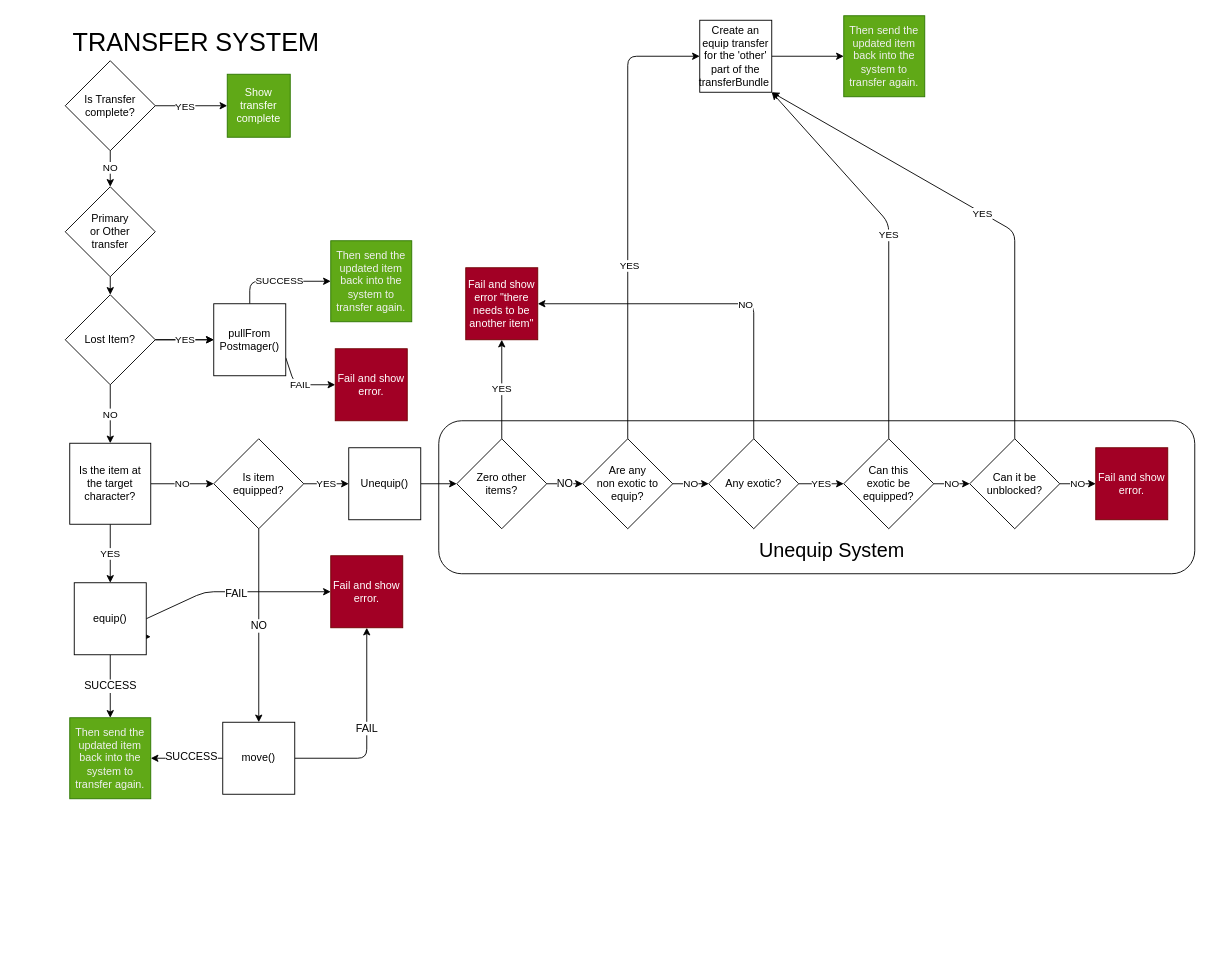
This is mono/docs/starlight/src/content/docs/transferSystem.dio from NigelBreslaw/guardian-ghost, a draw.io file, before an edit. Source tidied: cells renumbered, new cells numbered last; positions are measured from the earlier drawing's top-left corner, leaving out a move shared by most shapes. Both pictures are drawn from the tidied source at 90%, with x=0, y=0 at pixel (60, 15).
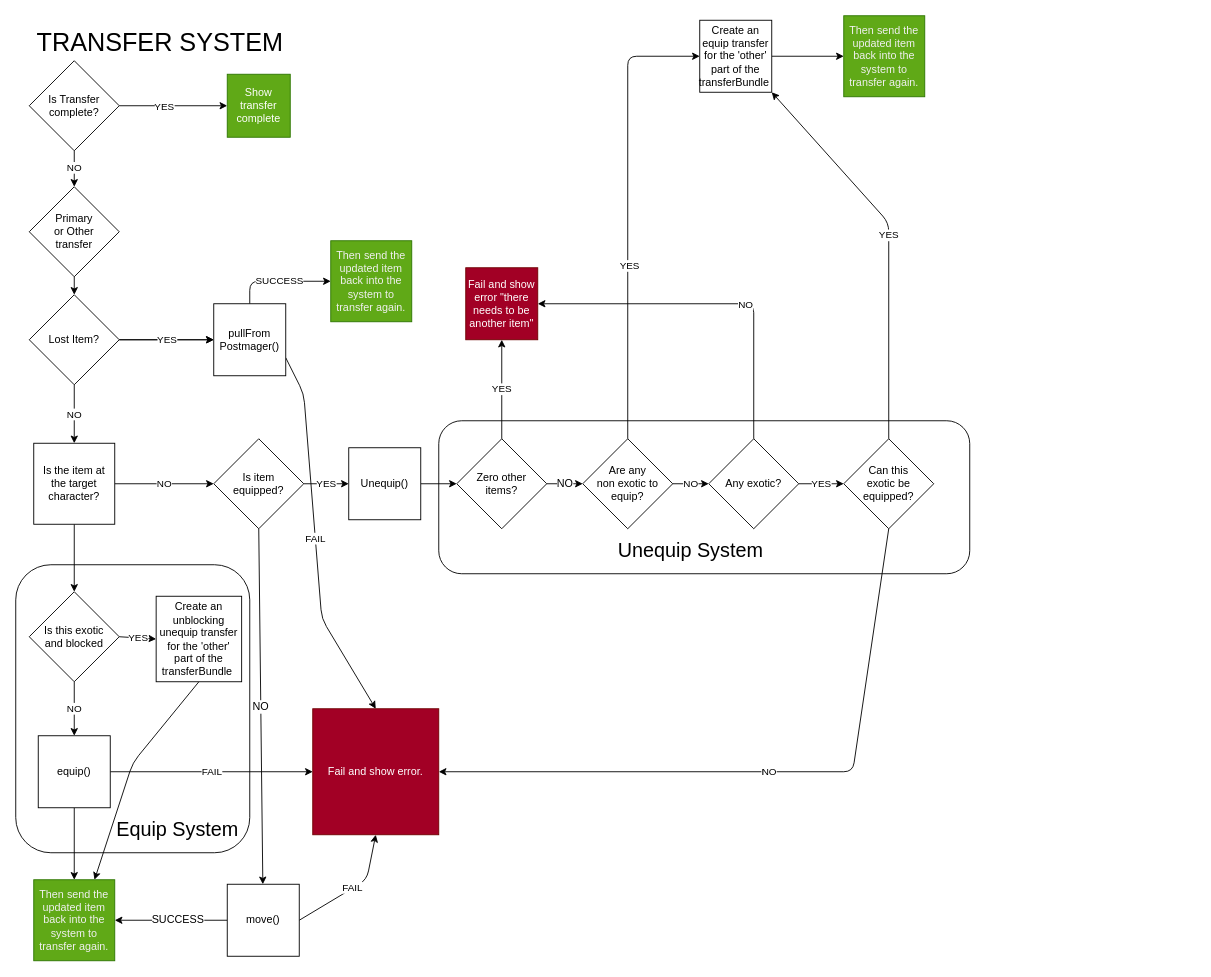
Above is the later version.

Commit message:
docs: latest transfer flow

The change refers to these unchanged cells:
```xml
<mxCell id="23" value="Create an equip transfer for the 'other' part of the transferBundle&amp;nbsp;" style="whiteSpace=wrap;html=1;" parent="1" vertex="1">
  <mxGeometry x="710" y="5" width="80" height="80" as="geometry" />
</mxCell>
<mxCell id="31" value="Can this &lt;br&gt;exotic be equipped?" style="rhombus;whiteSpace=wrap;html=1;" parent="1" vertex="1">
  <mxGeometry x="870" y="470" width="100" height="100" as="geometry" />
</mxCell>
<mxCell id="57" value="pullFrom&lt;br&gt;Postmager()" style="whiteSpace=wrap;html=1;" parent="1" vertex="1">
  <mxGeometry x="170" y="320" width="80" height="80" as="geometry" />
</mxCell>
```

The edit, as a diff of the source:
```diff
@@
+    <mxCell id="63" style="rounded=1;whiteSpace=wrap;html=1;" parent="1" vertex="1">
+      <mxGeometry x="-50" y="610" width="260" height="320" as="geometry" />
+    </mxCell>
     <mxCell id="2" style="rounded=1;whiteSpace=wrap;html=1;" parent="1" vertex="1">
-      <mxGeometry x="420" y="450" width="840" height="170" as="geometry" />
+      <mxGeometry x="420" y="450" width="590" height="170" as="geometry" />
     </mxCell>
@@
     <mxCell id="7" value="Is Transfer complete?" style="rhombus;whiteSpace=wrap;html=1;" parent="1" vertex="1">
-      <mxGeometry x="5" y="50" width="100" height="100" as="geometry" />
+      <mxGeometry x="-35" y="50" width="100" height="100" as="geometry" />
     </mxCell>
@@
-    <mxCell id="30" value="NO" style="edgeStyle=none;html=1;exitX=1;exitY=0.5;exitDx=0;exitDy=0;entryX=0;entryY=0.5;entryDx=0;entryDy=0;" parent="1" edge="1" source="31" target="34">
-      <mxGeometry relative="1" as="geometry" />
-    </mxCell>
+    <mxCell id="64" value="NO" style="edgeStyle=none;html=1;exitX=0.5;exitY=1;exitDx=0;exitDy=0;entryX=1;entryY=0.5;entryDx=0;entryDy=0;" parent="1" edge="1" source="31" target="50">
+      <mxGeometry relative="1" as="geometry">
+        <Array as="points">
+          <mxPoint x="880" y="840" />
+        </Array>
+      </mxGeometry>
+    </mxCell>
@@
-    <mxCell id="32" value="YES" style="edgeStyle=none;html=1;exitX=0.5;exitY=0;exitDx=0;exitDy=0;entryX=1;entryY=1;entryDx=0;entryDy=0;" parent="1" edge="1" source="34" target="23">
-      <mxGeometry relative="1" as="geometry">
-        <Array as="points">
-          <mxPoint x="1060" y="240" />
-        </Array>
-      </mxGeometry>
-    </mxCell>
-    <mxCell id="33" value="NO" style="edgeStyle=none;html=1;exitX=1;exitY=0.5;exitDx=0;exitDy=0;" parent="1" edge="1" source="34" target="35">
-      <mxGeometry relative="1" as="geometry" />
-    </mxCell>
-    <mxCell id="34" value="Can it be unblocked?" style="rhombus;whiteSpace=wrap;html=1;" parent="1" vertex="1">
-      <mxGeometry x="1010" y="470" width="100" height="100" as="geometry" />
-    </mxCell>
-    <mxCell id="35" value="Fail and show error." style="whiteSpace=wrap;html=1;fillColor=#a20025;fontColor=#ffffff;strokeColor=#6F0000;" parent="1" vertex="1">
-      <mxGeometry x="1150" y="480" width="80" height="80" as="geometry" />
-    </mxCell>
@@
-    <mxCell id="37" value="YES" style="edgeStyle=none;html=1;exitX=0.5;exitY=1;exitDx=0;exitDy=0;" parent="1" edge="1" source="38" target="43">
-      <mxGeometry relative="1" as="geometry" />
-    </mxCell>
+    <mxCell id="65" style="edgeStyle=none;html=1;exitX=0.5;exitY=1;exitDx=0;exitDy=0;entryX=0.5;entryY=0;entryDx=0;entryDy=0;" parent="1" edge="1" source="38" target="68">
+      <mxGeometry relative="1" as="geometry" />
+    </mxCell>
     <mxCell id="38" value="Is the item at the target character?" style="whiteSpace=wrap;html=1;" parent="1" vertex="1">
-      <mxGeometry x="10" y="475" width="90" height="90" as="geometry" />
+      <mxGeometry x="-30" y="475" width="90" height="90" as="geometry" />
     </mxCell>
-    <mxCell id="39" style="edgeStyle=none;html=1;exitX=1;exitY=0.75;exitDx=0;exitDy=0;" parent="1" edge="1" source="43">
-      <mxGeometry relative="1" as="geometry">
-        <mxPoint x="100" y="690" as="targetPoint" />
-      </mxGeometry>
-    </mxCell>
-    <mxCell id="40" value="SUCCESS" style="edgeStyle=none;html=1;exitX=0.5;exitY=1;exitDx=0;exitDy=0;entryX=0.5;entryY=0;entryDx=0;entryDy=0;fontSize=12;" parent="1" edge="1" source="43" target="49">
+    <mxCell id="40" style="edgeStyle=none;html=1;exitX=0.5;exitY=1;exitDx=0;exitDy=0;entryX=0.5;entryY=0;entryDx=0;entryDy=0;" parent="1" edge="1" source="43" target="49">
       <mxGeometry relative="1" as="geometry" />
     </mxCell>
-    <mxCell id="41" style="edgeStyle=none;html=1;exitX=1;exitY=0.5;exitDx=0;exitDy=0;entryX=0;entryY=0.5;entryDx=0;entryDy=0;fontSize=12;" parent="1" edge="1" source="43" target="50">
-      <mxGeometry relative="1" as="geometry">
-        <Array as="points">
-          <mxPoint x="160" y="640" />
-        </Array>
-      </mxGeometry>
+    <mxCell id="41" value="FAIL" style="edgeStyle=none;html=1;exitX=1;exitY=0.5;exitDx=0;exitDy=0;entryX=0;entryY=0.5;entryDx=0;entryDy=0;" parent="1" edge="1" source="43" target="50">
+      <mxGeometry relative="1" as="geometry" />
     </mxCell>
-    <mxCell id="42" value="FAIL" style="edgeLabel;html=1;align=center;verticalAlign=middle;fontSize=12;" parent="41" vertex="1">
-      <mxGeometry y="-1" relative="1" as="geometry" />
-    </mxCell>
     <mxCell id="43" value="equip()" style="whiteSpace=wrap;html=1;" parent="1" vertex="1">
-      <mxGeometry x="15" y="630" width="80" height="80" as="geometry" />
+      <mxGeometry x="-25" y="800" width="80" height="80" as="geometry" />
     </mxCell>
     <mxCell id="44" value="TRANSFER SYSTEM" style="text;html=1;align=center;verticalAlign=middle;strokeColor=none;fillColor=none;fontSize=28;" parent="1" vertex="1">
-      <mxGeometry y="5" width="300" height="50" as="geometry" />
+      <mxGeometry x="-40" y="5" width="300" height="50" as="geometry" />
     </mxCell>
@@
-    <mxCell id="47" value="FAIL" style="edgeStyle=none;html=1;exitX=1;exitY=0.5;exitDx=0;exitDy=0;entryX=0.5;entryY=1;entryDx=0;entryDy=0;fontSize=12;" parent="1" edge="1" source="48" target="50">
+    <mxCell id="47" value="FAIL" style="edgeStyle=none;html=1;exitX=1;exitY=0.5;exitDx=0;exitDy=0;entryX=0.5;entryY=1;entryDx=0;entryDy=0;" parent="1" edge="1" source="48" target="50">
       <mxGeometry relative="1" as="geometry">
         <Array as="points">
-          <mxPoint x="340" y="825" />
+          <mxPoint x="340" y="960" />
         </Array>
       </mxGeometry>
     </mxCell>
     <mxCell id="48" value="move()" style="whiteSpace=wrap;html=1;" parent="1" vertex="1">
-      <mxGeometry x="180" y="785" width="80" height="80" as="geometry" />
+      <mxGeometry x="185" y="965" width="80" height="80" as="geometry" />
     </mxCell>
     <mxCell id="49" value="&lt;span style=&quot;color: rgb(240, 240, 240);&quot;&gt;Then send the updated item back into the system to transfer again.&lt;br&gt;&lt;/span&gt;" style="whiteSpace=wrap;html=1;fillColor=#60a917;fontColor=#ffffff;strokeColor=#2D7600;" parent="1" vertex="1">
-      <mxGeometry x="10" y="780" width="90" height="90" as="geometry" />
+      <mxGeometry x="-30" y="960" width="90" height="90" as="geometry" />
     </mxCell>
     <mxCell id="50" value="Fail and show error." style="whiteSpace=wrap;html=1;fillColor=#a20025;fontColor=#ffffff;strokeColor=#6F0000;" parent="1" vertex="1">
-      <mxGeometry x="300" y="600" width="80" height="80" as="geometry" />
+      <mxGeometry x="280" y="770" width="140" height="140" as="geometry" />
     </mxCell>
@@
     <mxCell id="54" value="Lost Item?" style="rhombus;whiteSpace=wrap;html=1;" parent="1" vertex="1">
-      <mxGeometry x="5" y="310" width="100" height="100" as="geometry" />
+      <mxGeometry x="-35" y="310" width="100" height="100" as="geometry" />
     </mxCell>
@@
-    <mxCell id="56" value="FAIL" style="edgeStyle=none;html=1;exitX=1;exitY=0.75;exitDx=0;exitDy=0;entryX=0;entryY=0.5;entryDx=0;entryDy=0;" parent="1" edge="1" source="57" target="59">
+    <mxCell id="56" value="FAIL" style="edgeStyle=none;html=1;exitX=1;exitY=0.75;exitDx=0;exitDy=0;entryX=0.5;entryY=0;entryDx=0;entryDy=0;" parent="1" edge="1" source="57" target="50">
       <mxGeometry relative="1" as="geometry">
         <Array as="points">
-          <mxPoint x="260" y="410" />
+          <mxPoint x="270" y="420" />
+          <mxPoint x="290" y="670" />
         </Array>
       </mxGeometry>
     </mxCell>
@@
-    <mxCell id="59" value="Fail and show error." style="whiteSpace=wrap;html=1;fillColor=#a20025;fontColor=#ffffff;strokeColor=#6F0000;" parent="1" vertex="1">
-      <mxGeometry x="305" y="370" width="80" height="80" as="geometry" />
-    </mxCell>
@@
     <mxCell id="61" value="Primary &lt;br&gt;or Other &lt;br&gt;transfer" style="rhombus;whiteSpace=wrap;html=1;" parent="1" vertex="1">
-      <mxGeometry x="5" y="190" width="100" height="100" as="geometry" />
+      <mxGeometry x="-35" y="190" width="100" height="100" as="geometry" />
     </mxCell>
     <mxCell id="62" value="Unequip System" style="text;html=1;strokeColor=none;fillColor=none;align=center;verticalAlign=middle;whiteSpace=wrap;rounded=0;fontSize=22;" parent="1" vertex="1">
-      <mxGeometry x="767" y="580" width="180" height="30" as="geometry" />
+      <mxGeometry x="610" y="580" width="180" height="30" as="geometry" />
     </mxCell>
+    <mxCell id="66" value="NO" style="edgeStyle=none;html=1;exitX=0.5;exitY=1;exitDx=0;exitDy=0;entryX=0.5;entryY=0;entryDx=0;entryDy=0;" parent="1" edge="1" source="68" target="43">
+      <mxGeometry relative="1" as="geometry" />
+    </mxCell>
+    <mxCell id="67" value="YES" style="edgeStyle=none;html=1;exitX=1;exitY=0.5;exitDx=0;exitDy=0;entryX=0;entryY=0.5;entryDx=0;entryDy=0;" parent="1" edge="1" source="68" target="70">
+      <mxGeometry relative="1" as="geometry" />
+    </mxCell>
+    <mxCell id="68" value="Is this exotic &lt;br&gt;and blocked" style="rhombus;whiteSpace=wrap;html=1;" parent="1" vertex="1">
+      <mxGeometry x="-35" y="640" width="100" height="100" as="geometry" />
+    </mxCell>
+    <mxCell id="69" style="edgeStyle=none;html=1;exitX=0.5;exitY=1;exitDx=0;exitDy=0;entryX=0.75;entryY=0;entryDx=0;entryDy=0;" parent="1" edge="1" source="70" target="49">
+      <mxGeometry relative="1" as="geometry">
+        <Array as="points">
+          <mxPoint x="80" y="830" />
+        </Array>
+      </mxGeometry>
+    </mxCell>
+    <mxCell id="70" value="Create an unblocking unequip transfer for the 'other' part of the transferBundle&amp;nbsp;" style="whiteSpace=wrap;html=1;" parent="1" vertex="1">
+      <mxGeometry x="106" y="645" width="95" height="95" as="geometry" />
+    </mxCell>
+    <mxCell id="71" value="Equip System" style="text;html=1;strokeColor=none;fillColor=none;align=center;verticalAlign=middle;whiteSpace=wrap;rounded=0;fontSize=22;" parent="1" vertex="1">
+      <mxGeometry x="40" y="890" width="180" height="30" as="geometry" />
+    </mxCell>
```
